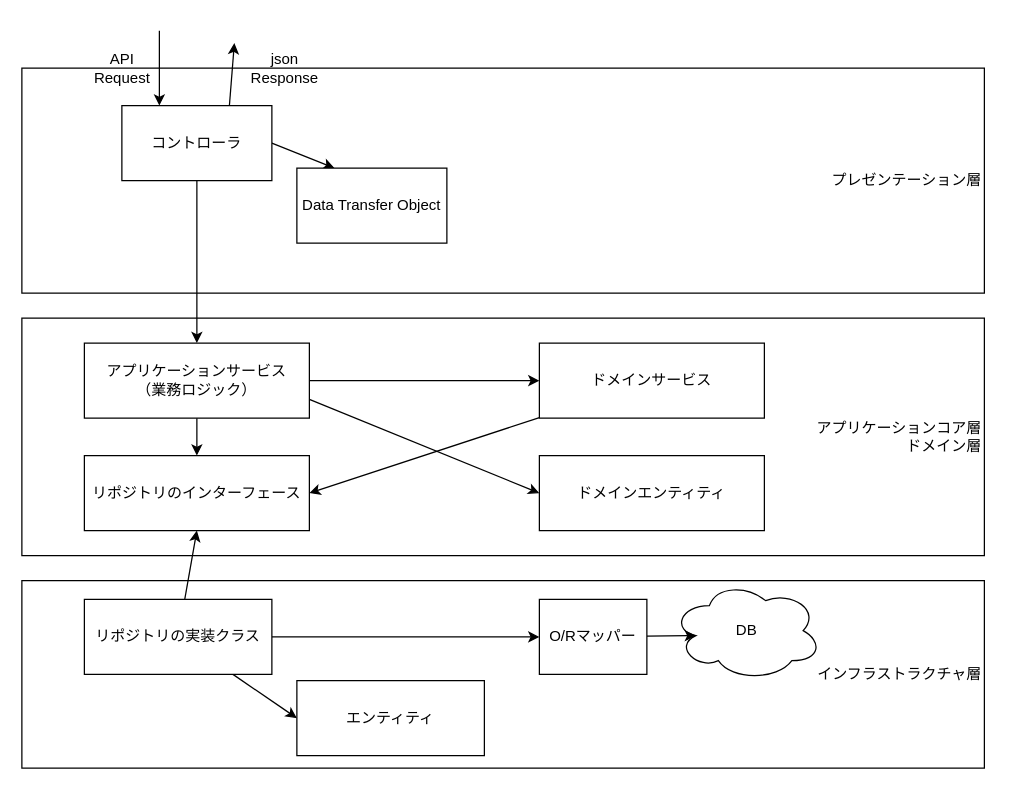
Earlier version of the draw.io diagram architecture/backend/drawio/index.drawio (ohiaeni/MemoBlend4J). Source tidied: cells renumbered, new cells numbered last; positions are measured from the earlier drawing's top-left corner, leaving out a move shared by most shapes. Both pictures are drawn from the tidied source at 125%, with x=0, y=0 at pixel (21, 30).
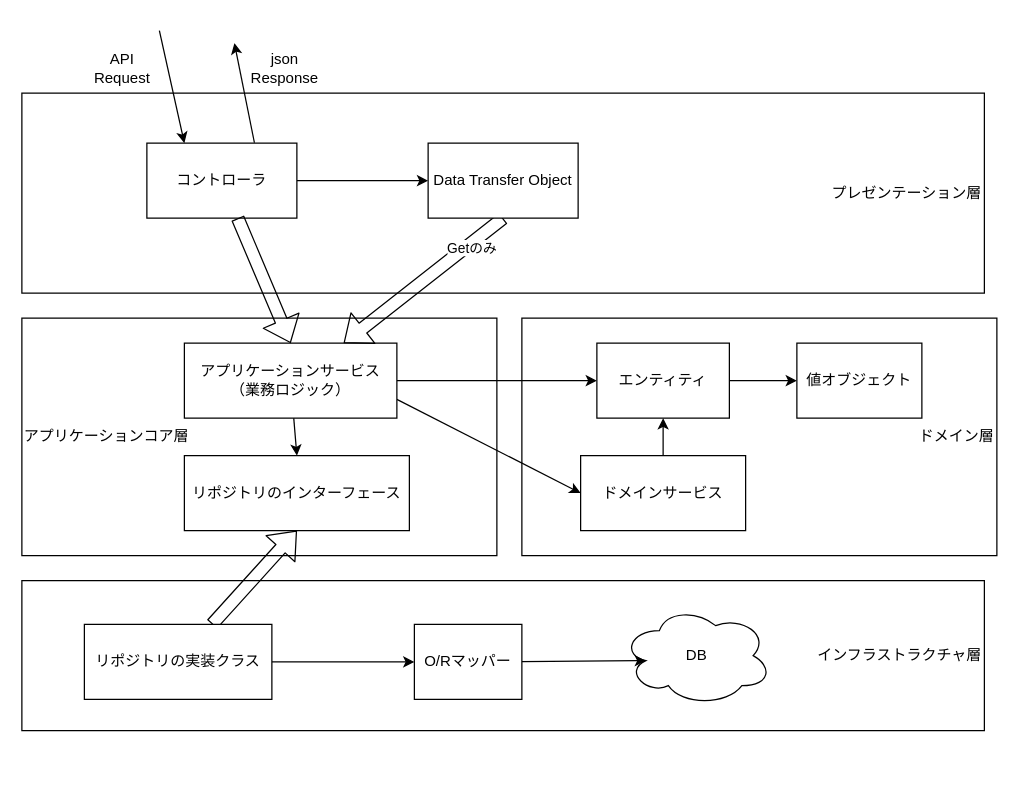
The same diagram, later.

What changed in the source:
```diff
@@
+    <mxCell id="29" value="ドメイン層" style="whiteSpace=wrap;html=1;align=right;" parent="1" vertex="1">
+      <mxGeometry x="400" y="230" width="380" height="190" as="geometry" />
+    </mxCell>
     <mxCell id="2" value="インフラストラクチャ層" style="whiteSpace=wrap;html=1;align=right;" parent="1" vertex="1">
-      <mxGeometry y="440" width="770" height="150" as="geometry" />
+      <mxGeometry y="440" width="770" height="120" as="geometry" />
     </mxCell>
-    <mxCell id="3" value="アプリケーションコア層&lt;br&gt;ドメイン層" style="whiteSpace=wrap;html=1;align=right;" parent="1" vertex="1">
-      <mxGeometry y="230" width="770" height="190" as="geometry" />
+    <mxCell id="3" value="アプリケーションコア層" style="whiteSpace=wrap;html=1;align=left;" parent="1" vertex="1">
+      <mxGeometry y="230" width="380" height="190" as="geometry" />
     </mxCell>
     <mxCell id="4" value="プレゼンテーション層" style="whiteSpace=wrap;html=1;align=right;" parent="1" vertex="1">
-      <mxGeometry y="30" width="770" height="180" as="geometry" />
+      <mxGeometry y="50" width="770" height="160" as="geometry" />
     </mxCell>
-    <mxCell id="5" style="edgeStyle=none;html=1;entryX=0.25;entryY=0;entryDx=0;entryDy=0;exitX=1;exitY=0.5;exitDx=0;exitDy=0;" parent="1" edge="1" source="6" target="26">
+    <mxCell id="5" style="edgeStyle=none;html=1;exitX=1;exitY=0.5;exitDx=0;exitDy=0;entryX=0;entryY=0.5;entryDx=0;entryDy=0;" parent="1" edge="1" source="6" target="26">
       <mxGeometry relative="1" as="geometry" />
     </mxCell>
     <mxCell id="6" value="コントローラ" style="whiteSpace=wrap;html=1;" parent="1" vertex="1">
-      <mxGeometry x="80" y="60" width="120" height="60" as="geometry" />
+      <mxGeometry x="100" y="90" width="120" height="60" as="geometry" />
     </mxCell>
@@
-    <mxCell id="9" style="edgeStyle=none;html=1;entryX=0;entryY=0.5;entryDx=0;entryDy=0;exitX=1;exitY=0.75;exitDx=0;exitDy=0;" parent="1" edge="1" source="12" target="13">
+    <mxCell id="9" style="edgeStyle=none;html=1;entryX=0;entryY=0.5;entryDx=0;entryDy=0;exitX=1;exitY=0.5;exitDx=0;exitDy=0;" parent="1" edge="1" source="12" target="13">
       <mxGeometry relative="1" as="geometry" />
     </mxCell>
-    <mxCell id="10" style="edgeStyle=none;html=1;entryX=0;entryY=0.5;entryDx=0;entryDy=0;exitX=1;exitY=0.5;exitDx=0;exitDy=0;" parent="1" edge="1" source="12" target="15">
+    <mxCell id="10" style="edgeStyle=none;html=1;entryX=0;entryY=0.5;entryDx=0;entryDy=0;exitX=1;exitY=0.75;exitDx=0;exitDy=0;" parent="1" edge="1" source="12" target="15">
       <mxGeometry relative="1" as="geometry" />
     </mxCell>
@@
     <mxCell id="12" value="アプリケーションサービス&lt;br&gt;（業務ロジック）" style="whiteSpace=wrap;html=1;" parent="1" vertex="1">
-      <mxGeometry x="50" y="250" width="180" height="60" as="geometry" />
+      <mxGeometry x="130" y="250" width="170" height="60" as="geometry" />
     </mxCell>
+    <mxCell id="30" style="edgeStyle=none;html=1;entryX=0;entryY=0.5;entryDx=0;entryDy=0;" parent="1" edge="1" source="13" target="34">
+      <mxGeometry relative="1" as="geometry" />
+    </mxCell>
-    <mxCell id="13" value="ドメインエンティティ" style="whiteSpace=wrap;html=1;" parent="1" vertex="1">
-      <mxGeometry x="414" y="340" width="180" height="60" as="geometry" />
+    <mxCell id="13" value="エンティティ" style="whiteSpace=wrap;html=1;" parent="1" vertex="1">
+      <mxGeometry x="460" y="250" width="106" height="60" as="geometry" />
     </mxCell>
-    <mxCell id="14" style="edgeStyle=none;html=1;entryX=1;entryY=0.5;entryDx=0;entryDy=0;" parent="1" edge="1" source="15" target="16">
-      <mxGeometry relative="1" as="geometry" />
-    </mxCell>
+    <mxCell id="31" style="edgeStyle=none;html=1;exitX=0.5;exitY=0;exitDx=0;exitDy=0;entryX=0.5;entryY=1;entryDx=0;entryDy=0;" parent="1" edge="1" source="15" target="13">
+      <mxGeometry relative="1" as="geometry" />
+    </mxCell>
     <mxCell id="15" value="ドメインサービス" style="whiteSpace=wrap;html=1;" parent="1" vertex="1">
-      <mxGeometry x="414" y="250" width="180" height="60" as="geometry" />
+      <mxGeometry x="447" y="340" width="132" height="60" as="geometry" />
     </mxCell>
     <mxCell id="16" value="リポジトリのインターフェース" style="whiteSpace=wrap;html=1;" parent="1" vertex="1">
-      <mxGeometry x="50" y="340" width="180" height="60" as="geometry" />
+      <mxGeometry x="130" y="340" width="180" height="60" as="geometry" />
     </mxCell>
-    <mxCell id="17" style="edgeStyle=none;html=1;entryX=0.5;entryY=1;entryDx=0;entryDy=0;" parent="1" edge="1" source="20" target="16">
+    <mxCell id="17" style="edgeStyle=none;html=1;entryX=0.5;entryY=1;entryDx=0;entryDy=0;shape=flexArrow;" parent="1" edge="1" source="20" target="16">
       <mxGeometry relative="1" as="geometry" />
     </mxCell>
-    <mxCell id="18" style="edgeStyle=none;html=1;entryX=0;entryY=0.5;entryDx=0;entryDy=0;" parent="1" edge="1" source="20" target="24">
-      <mxGeometry relative="1" as="geometry" />
-    </mxCell>
@@
     <mxCell id="20" value="リポジトリの実装クラス" style="whiteSpace=wrap;html=1;" parent="1" vertex="1">
-      <mxGeometry x="50" y="455" width="150" height="60" as="geometry" />
+      <mxGeometry x="50" y="475" width="150" height="60" as="geometry" />
     </mxCell>
     <mxCell id="21" value="DB" style="ellipse;shape=cloud;whiteSpace=wrap;html=1;" parent="1" vertex="1">
-      <mxGeometry x="520" y="440" width="120" height="80" as="geometry" />
+      <mxGeometry x="480" y="460" width="120" height="80" as="geometry" />
     </mxCell>
@@
     <mxCell id="23" value="O/Rマッパー" style="whiteSpace=wrap;html=1;" parent="1" vertex="1">
-      <mxGeometry x="414" y="455" width="86" height="60" as="geometry" />
+      <mxGeometry x="314" y="475" width="86" height="60" as="geometry" />
     </mxCell>
-    <mxCell id="24" value="エンティティ" style="whiteSpace=wrap;html=1;" parent="1" vertex="1">
-      <mxGeometry x="220" y="520" width="150" height="60" as="geometry" />
-    </mxCell>
-    <mxCell id="25" style="edgeStyle=none;html=1;entryX=0.5;entryY=0;entryDx=0;entryDy=0;" parent="1" edge="1" source="6" target="12">
+    <mxCell id="25" style="edgeStyle=none;html=1;entryX=0.5;entryY=0;entryDx=0;entryDy=0;shape=flexArrow;" parent="1" edge="1" source="6" target="12">
       <mxGeometry relative="1" as="geometry" />
     </mxCell>
+    <mxCell id="32" style="edgeStyle=none;html=1;exitX=0.5;exitY=1;exitDx=0;exitDy=0;entryX=0.75;entryY=0;entryDx=0;entryDy=0;shape=flexArrow;" parent="1" edge="1" source="26" target="12">
+      <mxGeometry relative="1" as="geometry" />
+    </mxCell>
+    <mxCell id="33" value="Getのみ" style="edgeLabel;html=1;align=center;verticalAlign=middle;" parent="32" vertex="1">
+      <mxGeometry x="-0.57" y="2" relative="1" as="geometry">
+        <mxPoint x="1" as="offset" />
+      </mxGeometry>
+    </mxCell>
     <mxCell id="26" value="Data Transfer Object" style="whiteSpace=wrap;html=1;" parent="1" vertex="1">
-      <mxGeometry x="220" y="110" width="120" height="60" as="geometry" />
+      <mxGeometry x="325" y="90" width="120" height="60" as="geometry" />
     </mxCell>
@@
+    <mxCell id="34" value="値オブジェクト" style="rounded=0;whiteSpace=wrap;html=1;" parent="1" vertex="1">
+      <mxGeometry x="620" y="250" width="100" height="60" as="geometry" />
+    </mxCell>
```
